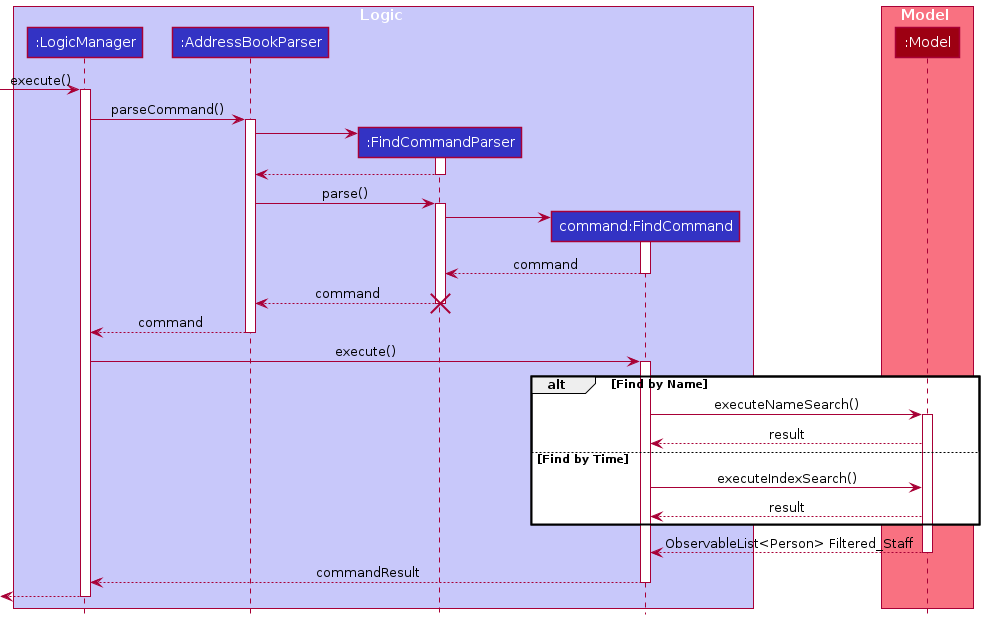
Before: docs/images/findCommand/FindSequenceDiagram.png, a diagram exported from PlantUML (nus-cs2103-AY2122S1/tp).
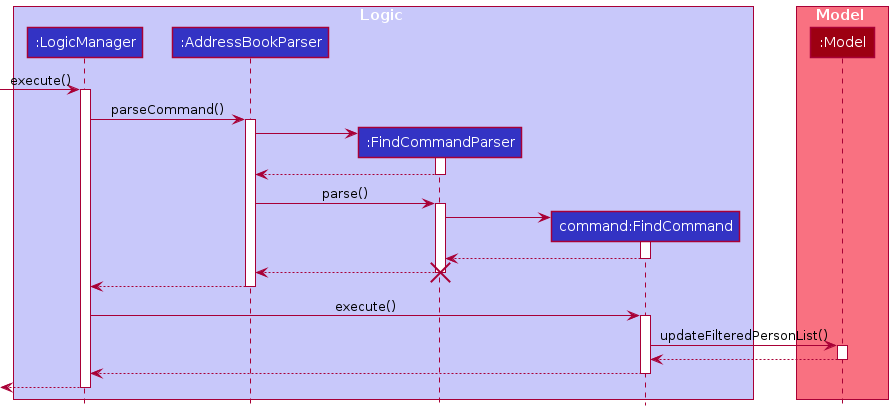
Later version of the same file.

Change to the diagram source:
```diff
@@ -35,35 +35,30 @@
 
 
 
-FindCommand --> FindCommandParser : command
+FindCommand --> FindCommandParser :
 deactivate FindCommand
 
-FindCommandParser --> AddressBookParser : command
+FindCommandParser --> AddressBookParser :
 deactivate FindCommandParser
 
 
 destroy FindCommandParser
 
-AddressBookParser --> LogicManager : command
+AddressBookParser --> LogicManager :
 deactivate AddressBookParser
 
 LogicManager -> FindCommand : execute()
 activate FindCommand
 
-alt Find by Name
-    FindCommand -> Model : executeNameSearch()
-    activate Model
-    Model --> FindCommand : result
-
-else  Find by Time
-    FindCommand -> Model : executeIndexSearch()
-    Model --> FindCommand : result
-end
-
-Model --> FindCommand : ObservableList<Person> Filtered_Staff
+FindCommand -> Model : updateFilteredPersonList()
+activate Model
+Model --> FindCommand
 deactivate Model
 
-FindCommand --> LogicManager : commandResult
+
+
+
+FindCommand --> LogicManager :
 deactivate FindCommand
 
 [<--LogicManager
```
